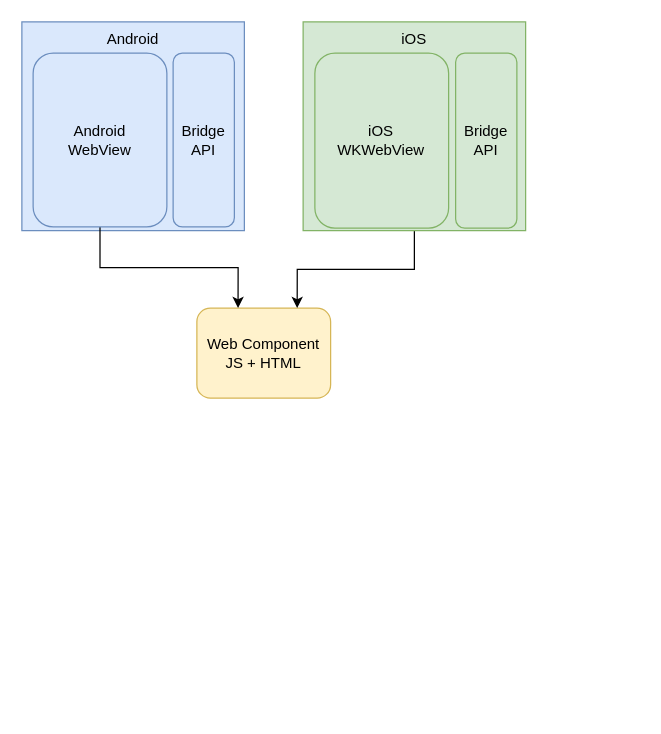
The draw.io diagram PaymentSDK.drawio in lancelodliu/draw.io, before the edit. Source tidied: cells renumbered, new cells numbered last; positions are measured from the earlier drawing's top-left corner, leaving out a move shared by most shapes. Both pictures are drawn from the tidied source at 125%, with x=0, y=0 at pixel (21, 21).
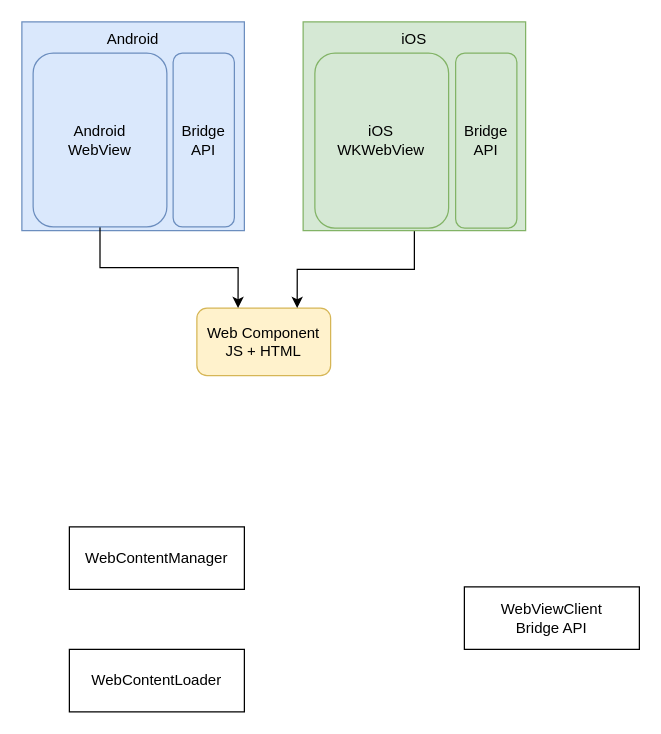
Above is the later version.

Diff of the diagram source:
```diff
@@
 <mxGraphModel>
   <root>
     <mxCell id="0" />
     <mxCell id="1" parent="0" />
     <mxCell id="2" value="Android" style="rounded=0;whiteSpace=wrap;html=1;verticalAlign=top;fillColor=#dae8fc;strokeColor=#6c8ebf;" parent="1" vertex="1">
       <mxGeometry width="178" height="167" as="geometry" />
     </mxCell>
     <mxCell id="3" value="Web Component&lt;div&gt;JS + HTML&lt;/div&gt;" style="rounded=1;whiteSpace=wrap;html=1;fillColor=#fff2cc;strokeColor=#d6b656;" parent="1" vertex="1">
-      <mxGeometry x="140" y="229" width="107" height="72" as="geometry" />
+      <mxGeometry x="140" y="229" width="107" height="54" as="geometry" />
     </mxCell>
     <mxCell id="4" style="edgeStyle=orthogonalEdgeStyle;rounded=0;jettySize=auto;html=1;entryX=0.75;entryY=0;entryDx=0;entryDy=0;" parent="1" edge="1" source="5" target="3">
       <mxGeometry relative="1" as="geometry" />
     </mxCell>
     <mxCell id="5" value="iOS" style="rounded=0;whiteSpace=wrap;html=1;verticalAlign=top;fillColor=#d5e8d4;strokeColor=#82b366;" parent="1" vertex="1">
       <mxGeometry x="225" width="178" height="167" as="geometry" />
     </mxCell>
     <mxCell id="6" style="edgeStyle=orthogonalEdgeStyle;rounded=0;jettySize=auto;html=1;exitX=0.5;exitY=1;exitDx=0;exitDy=0;entryX=0.308;entryY=0;entryDx=0;entryDy=0;entryPerimeter=0;" parent="1" edge="1" source="7" target="3">
       <mxGeometry relative="1" as="geometry" />
     </mxCell>
     <mxCell id="7" value="Android&lt;div&gt;WebView&lt;/div&gt;" style="rounded=1;whiteSpace=wrap;html=1;fillColor=#dae8fc;strokeColor=#6c8ebf;" parent="1" vertex="1">
       <mxGeometry x="9" y="25" width="107" height="139" as="geometry" />
     </mxCell>
     <mxCell id="8" value="iOS&lt;div&gt;WKWebView&lt;br&gt;&lt;/div&gt;" style="rounded=1;whiteSpace=wrap;html=1;fillColor=#d5e8d4;strokeColor=#82b366;" parent="1" vertex="1">
       <mxGeometry x="234.4" y="25" width="107" height="140" as="geometry" />
     </mxCell>
     <mxCell id="9" value="Bridge API" style="rounded=1;whiteSpace=wrap;html=1;fillColor=#dae8fc;strokeColor=#6c8ebf;" parent="1" vertex="1">
       <mxGeometry x="121" y="25" width="49" height="139" as="geometry" />
     </mxCell>
     <mxCell id="10" value="Bridge API" style="rounded=1;whiteSpace=wrap;html=1;fillColor=#d5e8d4;strokeColor=#82b366;" parent="1" vertex="1">
       <mxGeometry x="347" y="25" width="49" height="140" as="geometry" />
     </mxCell>
+    <mxCell id="11" value="WebContentManager" style="html=1;whiteSpace=wrap;" parent="1" vertex="1">
+      <mxGeometry x="38" y="404" width="140" height="50" as="geometry" />
+    </mxCell>
+    <mxCell id="12" value="WebContentLoader" style="html=1;whiteSpace=wrap;" parent="1" vertex="1">
+      <mxGeometry x="38" y="502" width="140" height="50" as="geometry" />
+    </mxCell>
+    <mxCell id="13" value="WebViewClient&lt;div&gt;Bridge API&lt;/div&gt;" style="html=1;whiteSpace=wrap;" parent="1" vertex="1">
+      <mxGeometry x="354" y="452" width="140" height="50" as="geometry" />
+    </mxCell>
   </root>
 </mxGraphModel>
```
